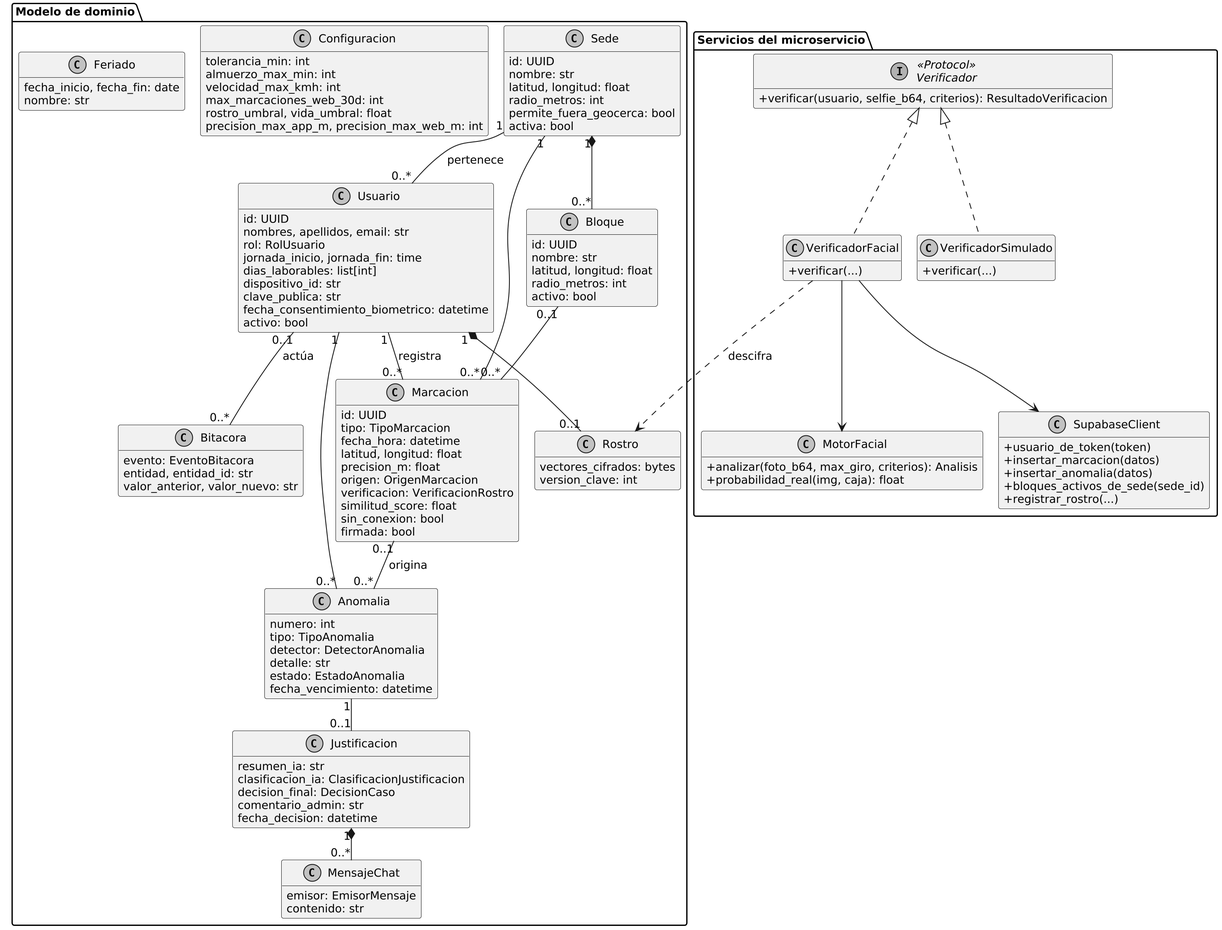
The PlantUML diagram docs/tesis/capitulo4/F6_clases.png in susisalan-maker/sistema-asistencia-unemi, before a commit. The source it was exported from:
```plantuml
@startuml
!include comun.iuml
hide empty members
skinparam classAttributeIconSize 0
skinparam nodesep 30
skinparam ranksep 50

package "Modelo de dominio" {
class Sede {
  id: UUID
  nombre: str
  latitud, longitud: float
  radio_metros: int
  permite_fuera_geocerca: bool
  activa: bool
}
class Bloque {
  id: UUID
  nombre: str
  latitud, longitud: float
  radio_metros: int
  activo: bool
}
class Usuario {
  id: UUID
  nombres, apellidos, email: str
  rol: RolUsuario
  jornada_inicio, jornada_fin: time
  dias_laborables: list[int]
  dispositivo_id: str
  clave_publica: str
  fecha_consentimiento_biometrico: datetime
  activo: bool
}
class Rostro {
  vectores_cifrados: bytes
  version_clave: int
}
class Marcacion {
  id: UUID
  tipo: TipoMarcacion
  fecha_hora: datetime
  latitud, longitud: float
  precision_m: float
  origen: OrigenMarcacion
  verificacion: VerificacionRostro
  similitud_score: float
  sin_conexion: bool
  firmada: bool
}
class Anomalia {
  numero: int
  tipo: TipoAnomalia
  detector: DetectorAnomalia
  detalle: str
  estado: EstadoAnomalia
  fecha_vencimiento: datetime
}
class Justificacion {
  resumen_ia: str
  clasificacion_ia: ClasificacionJustificacion
  decision_final: DecisionCaso
  comentario_admin: str
  fecha_decision: datetime
}
class MensajeChat {
  emisor: EmisorMensaje
  contenido: str
}
class Bitacora {
  evento: EventoBitacora
  entidad, entidad_id: str
  valor_anterior, valor_nuevo: str
}
class Configuracion {
  tolerancia_min: int
  almuerzo_max_min: int
  velocidad_max_kmh: int
  max_marcaciones_web_30d: int
  rostro_umbral, vida_umbral: float
  precision_max_app_m, precision_max_web_m: int
}
class Feriado {
  fecha_inicio, fecha_fin: date
  nombre: str
}
}

package "Servicios del microservicio" {
interface Verificador <<Protocol>> {
  +verificar(usuario, selfie_b64, criterios): ResultadoVerificacion
}
class VerificadorFacial {
  +verificar(...)
}
class VerificadorSimulado {
  +verificar(...)
}
class MotorFacial {
  +analizar(foto_b64, max_giro, criterios): Analisis
  +probabilidad_real(img, caja): float
}
class SupabaseClient {
  +usuario_de_token(token)
  +insertar_marcacion(datos)
  +insertar_anomalia(datos)
  +bloques_activos_de_sede(sede_id)
  +registrar_rostro(...)
}
}

Sede "1" *-- "0..*" Bloque
Sede "1" -- "0..*" Usuario : pertenece >
Usuario "1" *-- "0..1" Rostro
Usuario "1" -- "0..*" Marcacion : registra >
Sede "1" -- "0..*" Marcacion
Bloque "0..1" -- "0..*" Marcacion
Marcacion "0..1" -- "0..*" Anomalia : origina >
Usuario "1" -- "0..*" Anomalia
Anomalia "1" -- "0..1" Justificacion
Justificacion "1" *-- "0..*" MensajeChat
Usuario "0..1" -- "0..*" Bitacora : actúa >

Verificador <|.. VerificadorFacial
Verificador <|.. VerificadorSimulado
VerificadorFacial --> MotorFacial
VerificadorFacial --> SupabaseClient
VerificadorFacial ..> Rostro : descifra
@enduml
```
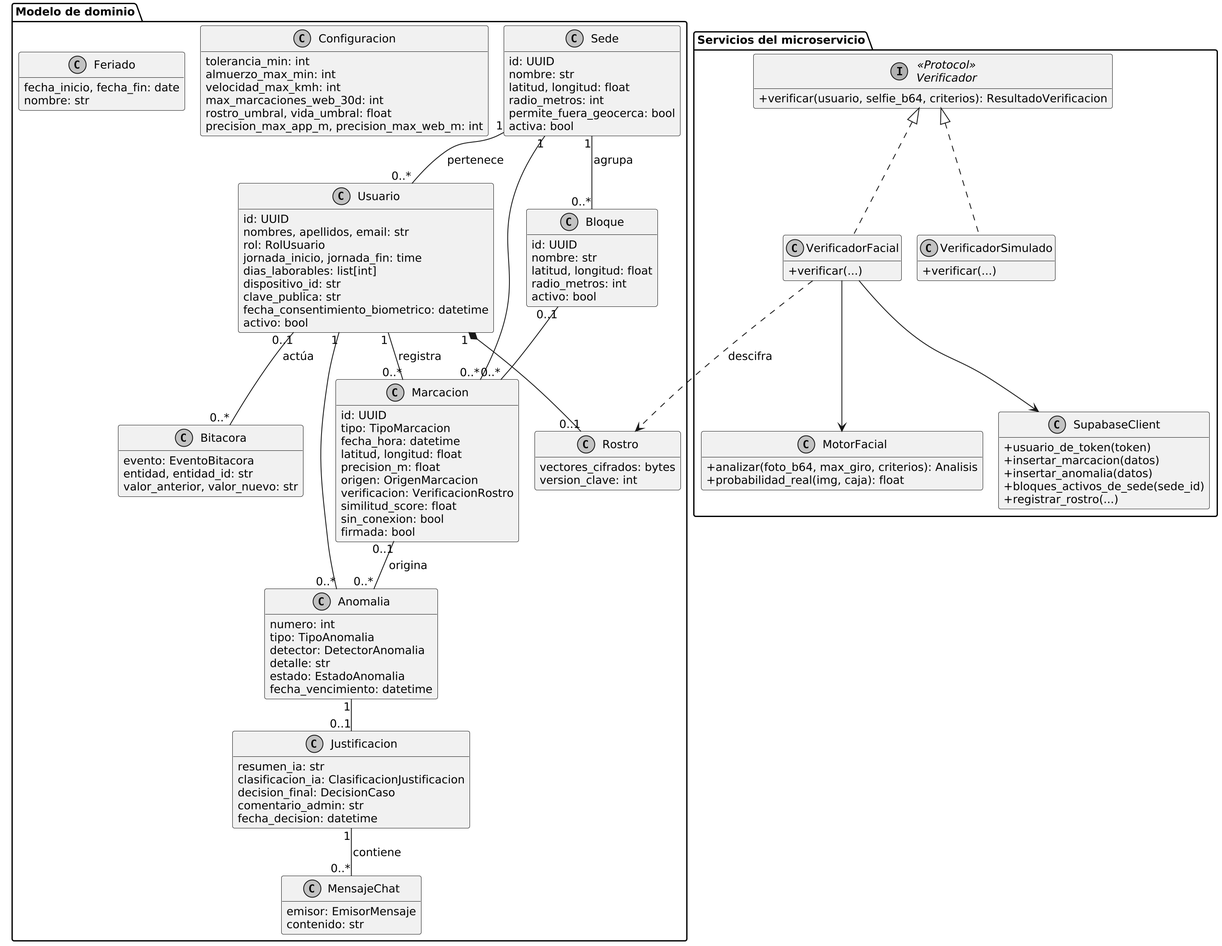
After the commit.

Commit message:
docs: ajusta casos de uso y relaciones del diagrama de clases del capítulo 4

Change to the diagram source:
```diff
@@ -109,7 +109,7 @@
 }
 }
 
-Sede "1" *-- "0..*" Bloque
+Sede "1" -- "0..*" Bloque : agrupa >
 Sede "1" -- "0..*" Usuario : pertenece >
 Usuario "1" *-- "0..1" Rostro
 Usuario "1" -- "0..*" Marcacion : registra >
@@ -118,7 +118,7 @@
 Marcacion "0..1" -- "0..*" Anomalia : origina >
 Usuario "1" -- "0..*" Anomalia
 Anomalia "1" -- "0..1" Justificacion
-Justificacion "1" *-- "0..*" MensajeChat
+Justificacion "1" -- "0..*" MensajeChat : contiene >
 Usuario "0..1" -- "0..*" Bitacora : actúa >
 
 Verificador <|.. VerificadorFacial
```
